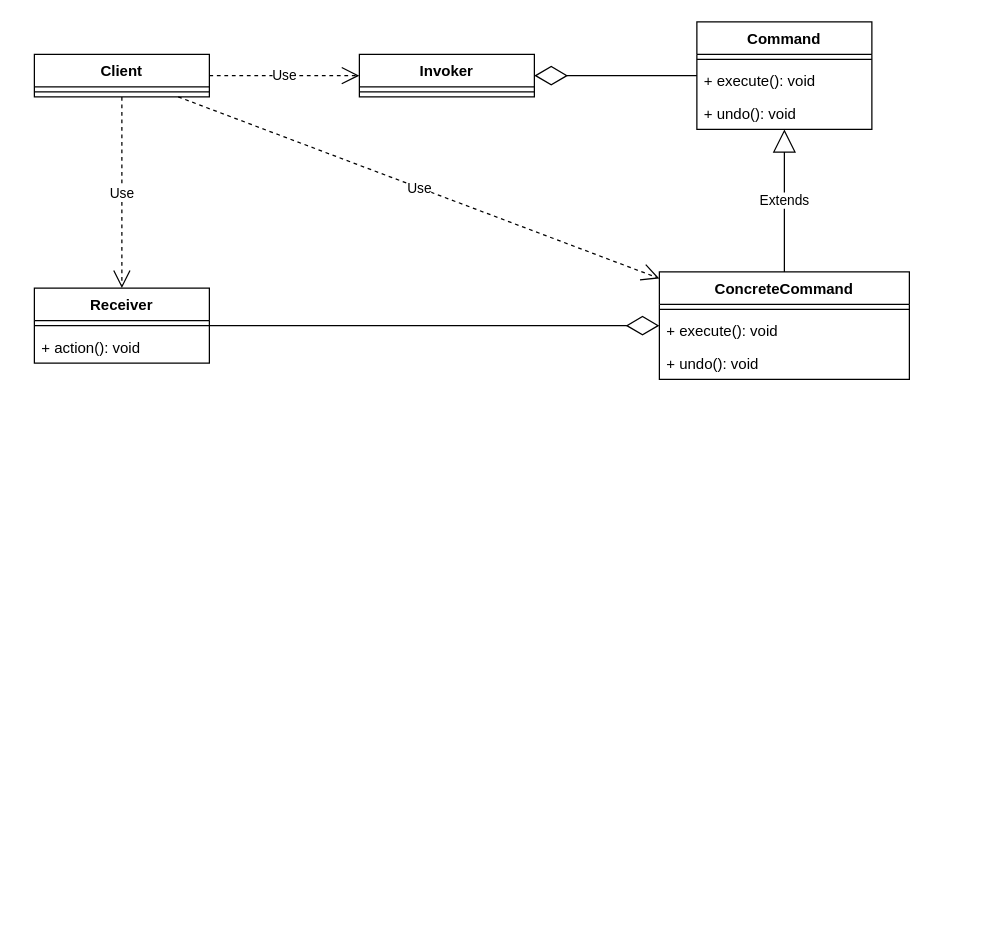
cmygit/yiyi-codebase keeps this draw.io diagram as DesignPattern/src/main/java/org/example/command/command.drawio. Above is the earlier version. Source tidied: cells renumbered, new cells numbered last; positions are measured from the earlier drawing's top-left corner, leaving out a move shared by most shapes. Both pictures are drawn from the tidied source at 125%, with x=0, y=0 at pixel (34, 21).
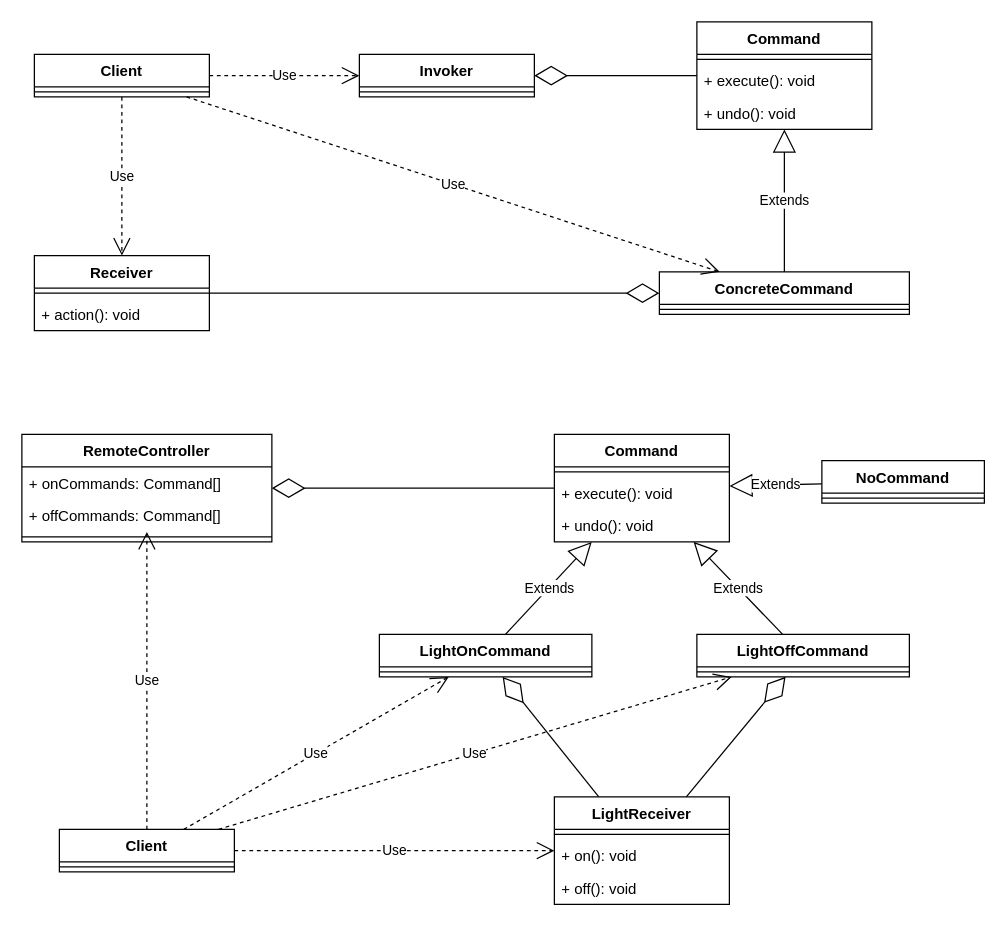
Above is the later version.

What changed in the source:
```diff
@@
     <mxCell id="9" value="ConcreteCommand" style="swimlane;fontStyle=1;align=center;verticalAlign=top;horizontal=1;startSize=26;" parent="1" vertex="1">
-      <mxGeometry x="500" y="200" width="200" height="86" as="geometry" />
+      <mxGeometry x="500" y="200" width="200" height="34" as="geometry" />
     </mxCell>
@@
-    <mxCell id="11" value="+ execute(): void" style="text;strokeColor=none;fillColor=none;align=left;verticalAlign=top;spacingLeft=4;spacingRight=4;overflow=hidden;" parent="9" vertex="1">
-      <mxGeometry y="34" width="200" height="26" as="geometry" />
-    </mxCell>
-    <mxCell id="12" value="+ undo(): void" style="text;strokeColor=none;fillColor=none;align=left;verticalAlign=top;spacingLeft=4;spacingRight=4;overflow=hidden;" parent="9" vertex="1">
-      <mxGeometry y="60" width="200" height="26" as="geometry" />
-    </mxCell>
@@
+    <mxCell id="23" value="Extends" style="endArrow=block;endSize=16;endFill=0;html=1;" parent="1" edge="1" source="32" target="28">
+      <mxGeometry relative="1" as="geometry" />
+    </mxCell>
     <mxCell id="20" value="Receiver" style="swimlane;fontStyle=1;align=center;verticalAlign=top;horizontal=1;startSize=26;" parent="1" vertex="1">
-      <mxGeometry y="213" width="140" height="60" as="geometry" />
+      <mxGeometry y="187" width="140" height="60" as="geometry" />
     </mxCell>
@@
+    <mxCell id="24" value="Extends" style="endArrow=block;endSize=16;endFill=0;html=1;" parent="1" edge="1" source="30" target="28">
+      <mxGeometry relative="1" as="geometry" />
+    </mxCell>
+    <mxCell id="25" style="endArrow=diamondThin;endFill=0;endSize=24;html=1;" parent="1" edge="1" source="34" target="32">
+      <mxGeometry relative="1" as="geometry" />
+    </mxCell>
+    <mxCell id="26" style="endArrow=diamondThin;endFill=0;endSize=24;html=1;" parent="1" edge="1" source="34" target="30">
+      <mxGeometry relative="1" as="geometry" />
+    </mxCell>
+    <mxCell id="27" style="endArrow=diamondThin;endFill=0;endSize=24;html=1;" parent="1" edge="1" source="28" target="38">
+      <mxGeometry relative="1" as="geometry" />
+    </mxCell>
+    <mxCell id="28" value="Command" style="swimlane;fontStyle=1;align=center;verticalAlign=top;horizontal=1;startSize=26;" parent="1" vertex="1">
+      <mxGeometry x="416" y="330" width="140" height="86" as="geometry" />
+    </mxCell>
+    <mxCell id="29" style="line;strokeWidth=1;fillColor=none;align=left;verticalAlign=middle;spacingTop=-1;spacingLeft=3;spacingRight=3;labelPosition=right;" parent="28" vertex="1">
+      <mxGeometry y="26" width="140" height="8" as="geometry" />
+    </mxCell>
+    <mxCell id="11" value="+ execute(): void" style="text;strokeColor=none;fillColor=none;align=left;verticalAlign=top;spacingLeft=4;spacingRight=4;overflow=hidden;" parent="28" vertex="1">
+      <mxGeometry y="34" width="140" height="26" as="geometry" />
+    </mxCell>
+    <mxCell id="12" value="+ undo(): void" style="text;strokeColor=none;fillColor=none;align=left;verticalAlign=top;spacingLeft=4;spacingRight=4;overflow=hidden;" parent="28" vertex="1">
+      <mxGeometry y="60" width="140" height="26" as="geometry" />
+    </mxCell>
+    <mxCell id="30" value="LightOffCommand" style="swimlane;fontStyle=1;align=center;verticalAlign=top;horizontal=1;startSize=26;" parent="1" vertex="1">
+      <mxGeometry x="530" y="490" width="170" height="34" as="geometry" />
+    </mxCell>
+    <mxCell id="31" style="line;strokeWidth=1;fillColor=none;align=left;verticalAlign=middle;spacingTop=-1;spacingLeft=3;spacingRight=3;labelPosition=right;" parent="30" vertex="1">
+      <mxGeometry y="26" width="170" height="8" as="geometry" />
+    </mxCell>
+    <mxCell id="32" value="LightOnCommand" style="swimlane;fontStyle=1;align=center;verticalAlign=top;horizontal=1;startSize=26;" parent="1" vertex="1">
+      <mxGeometry x="276" y="490" width="170" height="34" as="geometry" />
+    </mxCell>
+    <mxCell id="33" style="line;strokeWidth=1;fillColor=none;align=left;verticalAlign=middle;spacingTop=-1;spacingLeft=3;spacingRight=3;labelPosition=right;" parent="32" vertex="1">
+      <mxGeometry y="26" width="170" height="8" as="geometry" />
+    </mxCell>
+    <mxCell id="34" value="LightReceiver" style="swimlane;fontStyle=1;align=center;verticalAlign=top;horizontal=1;startSize=26;" parent="1" vertex="1">
+      <mxGeometry x="416" y="620" width="140" height="86" as="geometry" />
+    </mxCell>
+    <mxCell id="35" style="line;strokeWidth=1;fillColor=none;align=left;verticalAlign=middle;spacingTop=-1;spacingLeft=3;spacingRight=3;labelPosition=right;" parent="34" vertex="1">
+      <mxGeometry y="26" width="140" height="8" as="geometry" />
+    </mxCell>
+    <mxCell id="36" value="+ on(): void" style="text;strokeColor=none;fillColor=none;align=left;verticalAlign=top;spacingLeft=4;spacingRight=4;overflow=hidden;" parent="34" vertex="1">
+      <mxGeometry y="34" width="140" height="26" as="geometry" />
+    </mxCell>
+    <mxCell id="37" value="+ off(): void" style="text;strokeColor=none;fillColor=none;align=left;verticalAlign=top;spacingLeft=4;spacingRight=4;overflow=hidden;" parent="34" vertex="1">
+      <mxGeometry y="60" width="140" height="26" as="geometry" />
+    </mxCell>
+    <mxCell id="38" value="RemoteController" style="swimlane;fontStyle=1;align=center;verticalAlign=top;horizontal=1;startSize=26;" parent="1" vertex="1">
+      <mxGeometry x="-10" y="330" width="200" height="86" as="geometry" />
+    </mxCell>
+    <mxCell id="39" value="+ onCommands: Command[]" style="text;strokeColor=none;fillColor=none;align=left;verticalAlign=top;spacingLeft=4;spacingRight=4;overflow=hidden;" parent="38" vertex="1">
+      <mxGeometry y="26" width="200" height="26" as="geometry" />
+    </mxCell>
+    <mxCell id="40" value="+ offCommands: Command[]" style="text;strokeColor=none;fillColor=none;align=left;verticalAlign=top;spacingLeft=4;spacingRight=4;overflow=hidden;points=[[0,0.5],[1,0.5]];portConstraint=eastwest;" parent="38" vertex="1">
+      <mxGeometry y="52" width="200" height="26" as="geometry" />
+    </mxCell>
+    <mxCell id="41" style="line;strokeWidth=1;fillColor=none;align=left;verticalAlign=middle;spacingTop=-1;spacingLeft=3;spacingRight=3;labelPosition=right;" parent="38" vertex="1">
+      <mxGeometry y="78" width="200" height="8" as="geometry" />
+    </mxCell>
+    <mxCell id="42" value="Use" style="endArrow=open;endSize=12;dashed=1;html=1;" parent="1" edge="1" source="43" target="40">
+      <mxGeometry relative="1" as="geometry" />
+    </mxCell>
+    <mxCell id="43" value="Client" style="swimlane;fontStyle=1;align=center;verticalAlign=top;horizontal=1;startSize=26;" parent="1" vertex="1">
+      <mxGeometry x="20" y="646" width="140" height="34" as="geometry" />
+    </mxCell>
+    <mxCell id="44" style="line;strokeWidth=1;fillColor=none;align=left;verticalAlign=middle;spacingTop=-1;spacingLeft=3;spacingRight=3;labelPosition=right;" parent="43" vertex="1">
+      <mxGeometry y="26" width="140" height="8" as="geometry" />
+    </mxCell>
+    <mxCell id="45" value="Use" style="endArrow=open;endSize=12;dashed=1;html=1;" parent="1" edge="1" source="43" target="34">
+      <mxGeometry relative="1" as="geometry" />
+    </mxCell>
+    <mxCell id="46" value="Use" style="endArrow=open;endSize=12;dashed=1;html=1;" parent="1" edge="1" source="43" target="30">
+      <mxGeometry relative="1" as="geometry" />
+    </mxCell>
+    <mxCell id="47" value="Use" style="endArrow=open;endSize=12;dashed=1;html=1;" parent="1" edge="1" source="43" target="32">
+      <mxGeometry relative="1" as="geometry" />
+    </mxCell>
+    <mxCell id="48" value="Extends" style="endArrow=block;endSize=16;endFill=0;html=1;" parent="1" edge="1" source="49" target="28">
+      <mxGeometry relative="1" as="geometry" />
+    </mxCell>
+    <mxCell id="49" value="NoCommand" style="swimlane;fontStyle=1;align=center;verticalAlign=top;horizontal=1;startSize=26;" parent="1" vertex="1">
+      <mxGeometry x="630" y="351" width="130" height="34" as="geometry" />
+    </mxCell>
+    <mxCell id="50" style="line;strokeWidth=1;fillColor=none;align=left;verticalAlign=middle;spacingTop=-1;spacingLeft=3;spacingRight=3;labelPosition=right;" parent="49" vertex="1">
+      <mxGeometry y="26" width="130" height="8" as="geometry" />
+    </mxCell>
```
